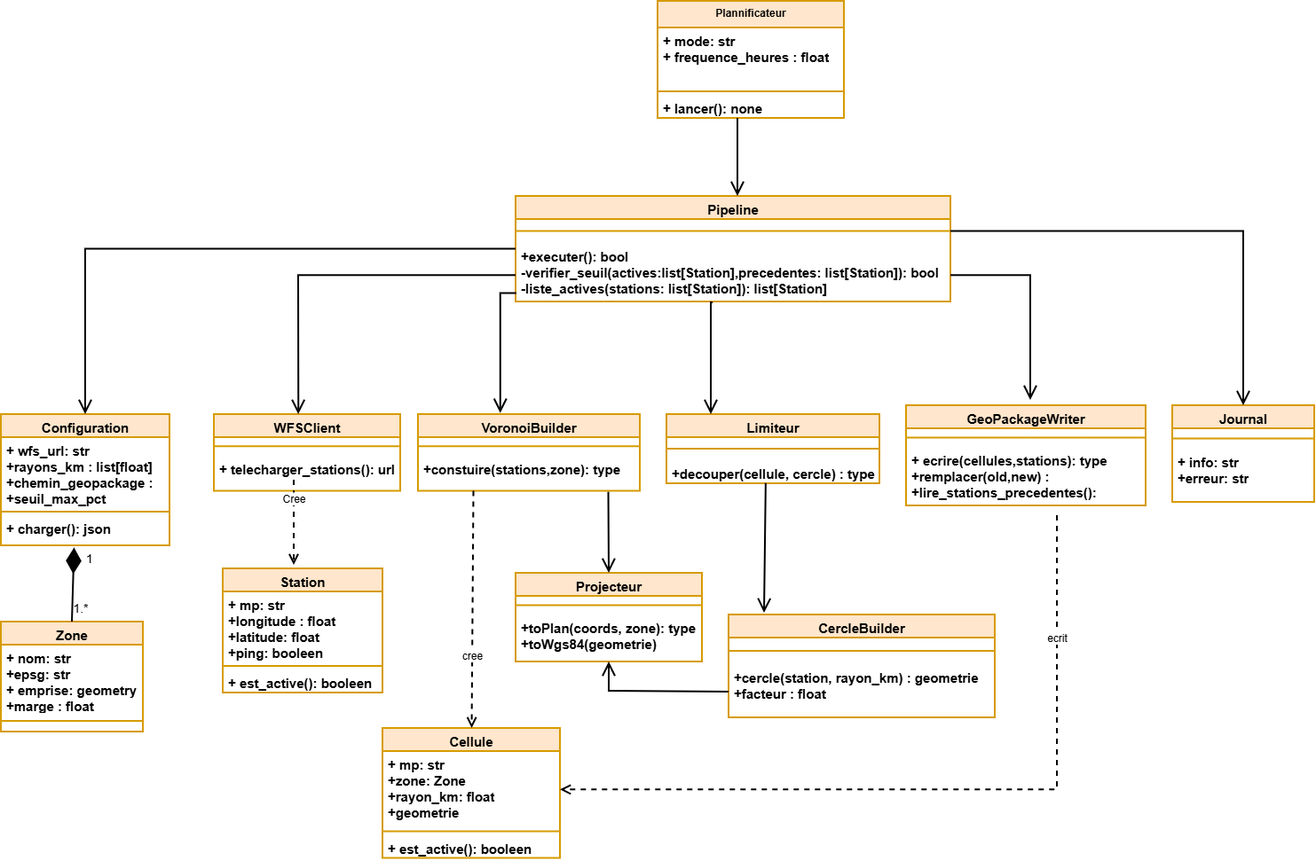
The draw.io diagram Diagramme de classe.png in Akatebra/Projet_Info_Voronoi, before a commit. Source tidied: cells renumbered, new cells last; positions are measured from the earlier drawing's top-left corner, leaving out a move shared by most shapes.
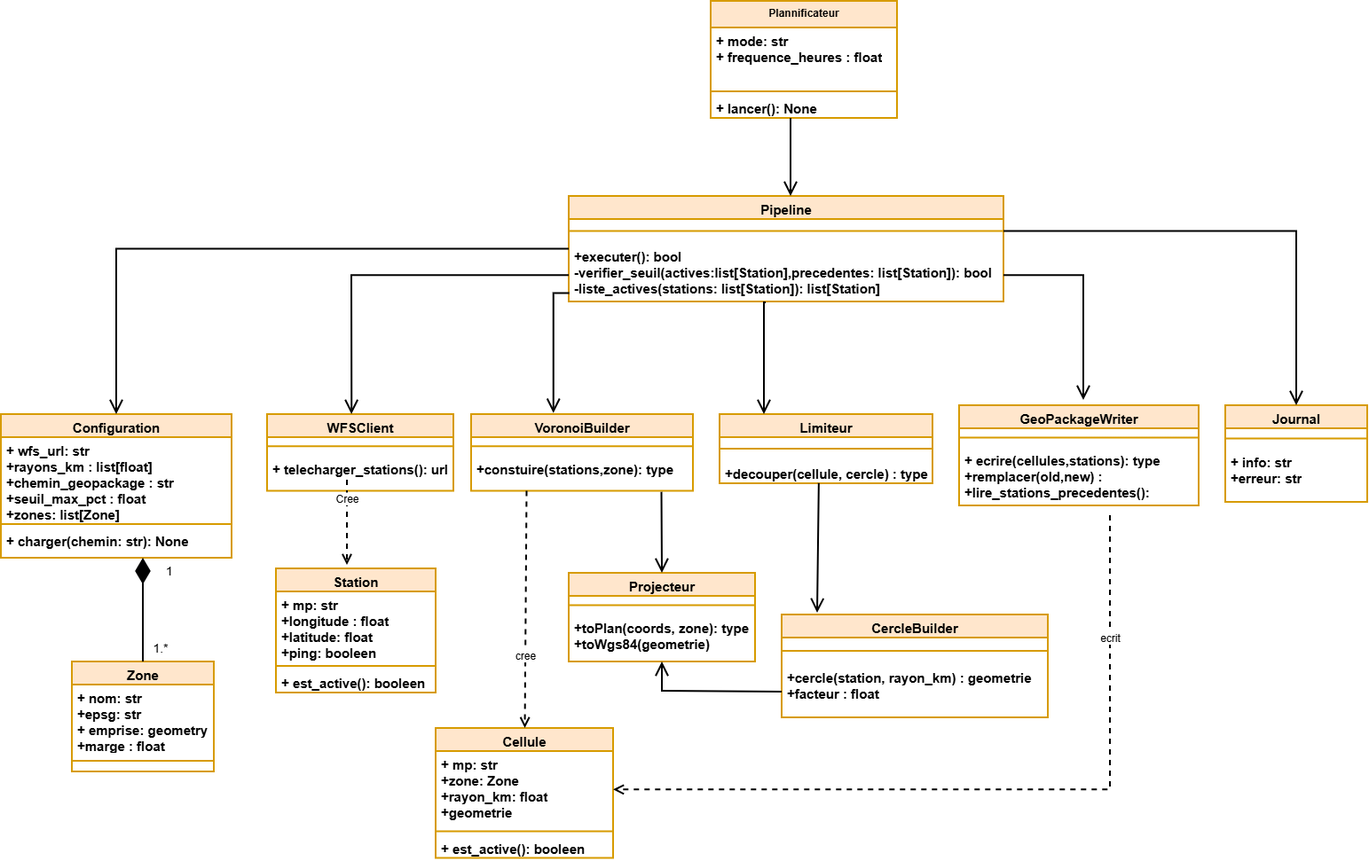
After the commit.

Commit message:
Mettre à jour Diagramme de classe.png

Change to the diagram source:
```diff
@@ -20,7 +20,7 @@
     <mxCell id="7" style="line;strokeWidth=2;fillColor=none;align=left;verticalAlign=middle;spacingTop=-1;spacingLeft=3;spacingRight=3;labelPosition=right;strokeColor=inherit;labelPerimeter=1;" parent="5" vertex="1">
       <mxGeometry y="98" width="210" height="8" as="geometry" />
     </mxCell>
-    <mxCell id="8" value="&lt;font style=&quot;font-size: 15px;&quot;&gt;&lt;b&gt;+ lancer(): none&lt;/b&gt;&lt;/font&gt;" style="text;strokeColor=none;fillColor=none;align=left;verticalAlign=top;spacingLeft=4;spacingRight=4;overflow=hidden;whiteSpace=wrap;html=1;strokeWidth=2;" parent="5" vertex="1">
+    <mxCell id="8" value="&lt;font style=&quot;font-size: 15px;&quot;&gt;&lt;b&gt;+ lancer(): None&lt;/b&gt;&lt;/font&gt;" style="text;strokeColor=none;fillColor=none;align=left;verticalAlign=top;spacingLeft=4;spacingRight=4;overflow=hidden;whiteSpace=wrap;html=1;strokeWidth=2;" parent="5" vertex="1">
       <mxGeometry y="106" width="210" height="26" as="geometry" />
     </mxCell>
     <mxCell id="9" value="&lt;font style=&quot;font-size: 15px;&quot;&gt;VoronoiBuilder&lt;/font&gt;" style="swimlane;fontStyle=1;align=center;verticalAlign=top;horizontal=1;startSize=26;whiteSpace=wrap;html=1;strokeWidth=2;fillColor=#ffe6cc;strokeColor=#d79b00;" parent="1" vertex="1">
@@ -42,16 +42,16 @@
       <mxGeometry y="46.5" width="210" height="40" as="geometry" />
     </mxCell>
     <mxCell id="15" value="&lt;font style=&quot;font-size: 15px;&quot;&gt;Configuration&lt;/font&gt;" style="swimlane;fontStyle=1;align=center;verticalAlign=top;horizontal=1;startSize=26;whiteSpace=wrap;html=1;strokeWidth=2;fillColor=#ffe6cc;strokeColor=#d79b00;" parent="1" vertex="1">
-      <mxGeometry y="466" width="190" height="148" as="geometry" />
+      <mxGeometry x="-60" y="466" width="260" height="162" as="geometry" />
     </mxCell>
-    <mxCell id="16" value="&lt;font style=&quot;font-size: 15px;&quot;&gt;&lt;b&gt;+ wfs_url: str&lt;/b&gt;&lt;/font&gt;&lt;div&gt;&lt;font style=&quot;font-size: 15px;&quot;&gt;&lt;b&gt;+rayons_km :&amp;nbsp;&lt;/b&gt;&lt;/font&gt;&lt;span style=&quot;background-color: transparent; font-size: 15px;&quot;&gt;&lt;b&gt;list[float]&lt;/b&gt;&lt;/span&gt;&lt;/div&gt;&lt;div&gt;&lt;font style=&quot;font-size: 15px;&quot;&gt;&lt;b&gt;+chemin_geopackage :&lt;/b&gt;&lt;/font&gt;&lt;/div&gt;&lt;div&gt;&lt;font style=&quot;font-size: 15px;&quot;&gt;&lt;b&gt;+seuil_max_pct&lt;/b&gt;&lt;/font&gt;&lt;/div&gt;" style="text;strokeColor=none;fillColor=none;align=left;verticalAlign=top;spacingLeft=4;spacingRight=4;overflow=hidden;whiteSpace=wrap;html=1;strokeWidth=2;" parent="15" vertex="1">
-      <mxGeometry y="26" width="190" height="80" as="geometry" />
+    <mxCell id="16" value="&lt;font style=&quot;font-size: 15px;&quot;&gt;&lt;b&gt;+ wfs_url: str&lt;/b&gt;&lt;/font&gt;&lt;div&gt;&lt;font style=&quot;font-size: 15px;&quot;&gt;&lt;b&gt;+rayons_km :&amp;nbsp;&lt;/b&gt;&lt;/font&gt;&lt;span style=&quot;background-color: transparent; font-size: 15px;&quot;&gt;&lt;b&gt;list[float]&lt;/b&gt;&lt;/span&gt;&lt;/div&gt;&lt;div&gt;&lt;font style=&quot;font-size: 15px;&quot;&gt;&lt;b&gt;+chemin_geopackage : str&lt;/b&gt;&lt;/font&gt;&lt;/div&gt;&lt;div&gt;&lt;font style=&quot;font-size: 15px;&quot;&gt;&lt;b&gt;+seuil_max_pct : float&lt;/b&gt;&lt;/font&gt;&lt;/div&gt;&lt;div&gt;&lt;font style=&quot;font-size: 15px;&quot;&gt;&lt;b&gt;+&lt;/b&gt;&lt;/font&gt;&lt;span style=&quot;background-color: transparent; font-size: 15px;&quot;&gt;&lt;b&gt;zones: list[Zone]&lt;/b&gt;&lt;/span&gt;&lt;/div&gt;" style="text;strokeColor=none;fillColor=none;align=left;verticalAlign=top;spacingLeft=4;spacingRight=4;overflow=hidden;whiteSpace=wrap;html=1;strokeWidth=2;" parent="15" vertex="1">
+      <mxGeometry y="26" width="260" height="94" as="geometry" />
     </mxCell>
     <mxCell id="17" style="line;strokeWidth=2;fillColor=none;align=left;verticalAlign=middle;spacingTop=-1;spacingLeft=3;spacingRight=3;labelPosition=right;strokeColor=inherit;labelPerimeter=1;" parent="15" vertex="1">
-      <mxGeometry y="106" width="190" height="8" as="geometry" />
+      <mxGeometry y="120" width="260" height="8" as="geometry" />
     </mxCell>
-    <mxCell id="18" value="&lt;font style=&quot;font-size: 15px;&quot;&gt;&lt;b&gt;+ charger(): json&lt;/b&gt;&lt;/font&gt;" style="text;strokeColor=none;fillColor=none;align=left;verticalAlign=top;spacingLeft=4;spacingRight=4;overflow=hidden;points=[[0,0.5],[1,0.5]];portConstraint=eastwest;whiteSpace=wrap;html=1;strokeWidth=2;" parent="15" vertex="1">
-      <mxGeometry y="114" width="190" height="34" as="geometry" />
+    <mxCell id="18" value="&lt;font style=&quot;font-size: 15px;&quot;&gt;&lt;b&gt;+&amp;nbsp;&lt;/b&gt;&lt;/font&gt;&lt;span style=&quot;font-size: 15px;&quot;&gt;&lt;b&gt;charger(chemin: str): None&lt;/b&gt;&lt;/span&gt;" style="text;strokeColor=none;fillColor=none;align=left;verticalAlign=top;spacingLeft=4;spacingRight=4;overflow=hidden;points=[[0,0.5],[1,0.5]];portConstraint=eastwest;whiteSpace=wrap;html=1;strokeWidth=2;" parent="15" vertex="1">
+      <mxGeometry y="128" width="260" height="34" as="geometry" />
     </mxCell>
     <mxCell id="19" value="&lt;font style=&quot;font-size: 15px;&quot;&gt;Limiteur&lt;/font&gt;" style="swimlane;fontStyle=1;align=center;verticalAlign=top;horizontal=1;startSize=26;whiteSpace=wrap;html=1;strokeWidth=2;fillColor=#ffe6cc;strokeColor=#d79b00;" parent="1" vertex="1">
       <mxGeometry x="750" y="466" width="240" height="78" as="geometry" />
@@ -81,7 +81,7 @@
       <mxGeometry y="49" width="160" height="60" as="geometry" />
     </mxCell>
     <mxCell id="28" value="&lt;font style=&quot;font-size: 15px;&quot;&gt;Zone&lt;/font&gt;" style="swimlane;fontStyle=1;align=center;verticalAlign=top;horizontal=1;startSize=26;whiteSpace=wrap;html=1;strokeWidth=2;fillColor=#ffe6cc;strokeColor=#d79b00;" parent="1" vertex="1">
-      <mxGeometry y="700" width="160" height="124" as="geometry" />
+      <mxGeometry x="20" y="745" width="160" height="124" as="geometry" />
     </mxCell>
     <mxCell id="29" value="&lt;font style=&quot;font-size: 15px;&quot;&gt;&lt;b&gt;+ nom: str&lt;/b&gt;&lt;/font&gt;&lt;div&gt;&lt;font style=&quot;font-size: 15px;&quot;&gt;&lt;b&gt;+epsg: str&lt;/b&gt;&lt;/font&gt;&lt;/div&gt;&lt;div&gt;&lt;font style=&quot;font-size: 15px;&quot;&gt;&lt;b&gt;+ emprise: geometry&lt;/b&gt;&lt;/font&gt;&lt;/div&gt;&lt;div&gt;&lt;font style=&quot;font-size: 15px;&quot;&gt;&lt;b&gt;+marge : float&lt;/b&gt;&lt;/font&gt;&lt;/div&gt;" style="text;strokeColor=none;fillColor=none;align=left;verticalAlign=top;spacingLeft=4;spacingRight=4;overflow=hidden;whiteSpace=wrap;html=1;strokeWidth=2;" parent="28" vertex="1">
       <mxGeometry y="26" width="160" height="74" as="geometry" />
@@ -132,14 +132,14 @@
     <mxCell id="41" style="endArrow=open;endFill=0;endSize=12;html=1;rounded=0;defaultLabelBackgroundColor=page;labelPadding=0 4;entryX=0.5;entryY=0;entryDx=0;entryDy=0;edgeStyle=orthogonalEdgeStyle;exitX=1;exitY=0.5;exitDx=0;exitDy=0;exitPerimeter=0;strokeWidth=2;" parent="1" edge="1" source="3" target="25">
       <mxGeometry x="0.88" relative="1" as="geometry" />
     </mxCell>
-    <mxCell id="42" style="endArrow=diamondThin;endFill=1;endSize=24;html=1;rounded=0;defaultLabelBackgroundColor=page;labelPadding=0 4;entryX=0.434;entryY=1.073;entryDx=0;entryDy=0;entryPerimeter=0;exitX=0.5;exitY=0;exitDx=0;exitDy=0;strokeWidth=2;" parent="1" edge="1" source="28" target="18">
+    <mxCell id="42" style="endArrow=diamondThin;endFill=1;endSize=24;html=1;rounded=0;defaultLabelBackgroundColor=page;labelPadding=0 4;entryX=0;entryY=0;entryDx=0;entryDy=0;exitX=0.5;exitY=0;exitDx=0;exitDy=0;strokeWidth=2;" parent="1" edge="1" source="28" target="43">
       <mxGeometry relative="1" as="geometry" />
     </mxCell>
     <mxCell id="43" value="&lt;font style=&quot;font-size: 14px;&quot;&gt;1&lt;/font&gt;" style="text;html=1;whiteSpace=wrap;strokeColor=none;fillColor=none;align=center;verticalAlign=middle;rounded=0;strokeWidth=2;" parent="1" vertex="1">
-      <mxGeometry x="70" y="614" width="60" height="30" as="geometry" />
+      <mxGeometry x="100" y="628" width="60" height="30" as="geometry" />
     </mxCell>
     <mxCell id="44" value="&lt;font style=&quot;font-size: 14px;&quot;&gt;1.*&lt;/font&gt;" style="text;html=1;whiteSpace=wrap;strokeColor=none;fillColor=none;align=center;verticalAlign=middle;rounded=0;strokeWidth=2;" parent="1" vertex="1">
-      <mxGeometry x="60" y="670" width="60" height="30" as="geometry" />
+      <mxGeometry x="90" y="715" width="60" height="30" as="geometry" />
     </mxCell>
     <mxCell id="45" value="&lt;font style=&quot;font-size: 15px;&quot;&gt;Cellule&lt;/font&gt;" style="swimlane;fontStyle=1;align=center;verticalAlign=top;horizontal=1;startSize=26;whiteSpace=wrap;html=1;strokeWidth=2;fillColor=#ffe6cc;strokeColor=#d79b00;" parent="1" vertex="1">
       <mxGeometry x="430" y="820" width="200" height="146.5" as="geometry" />
```
